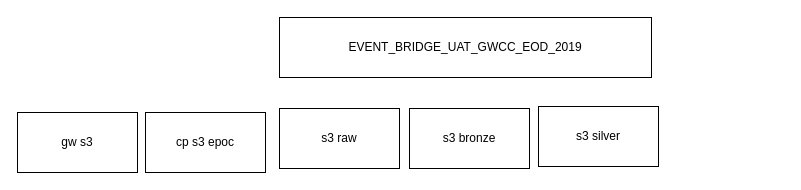
The draw.io diagram 1.drawio in rkantapanda10/Personal, before the edit. Source tidied: cells renumbered, new cells numbered last; positions are measured from the earlier drawing's top-left corner, leaving out a move shared by most shapes. Both pictures are drawn from the tidied source at 100%, with x=0, y=0 at pixel (17, 17).
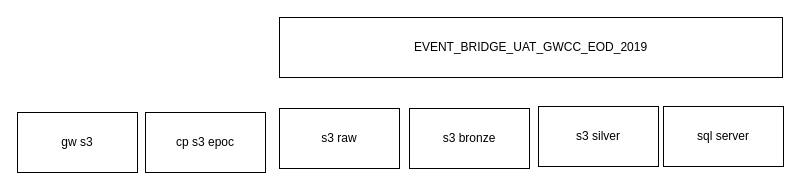
The same diagram, later.

Diff of the diagram source:
```diff
@@
 <mxGraphModel>
   <root>
     <mxCell id="0" />
     <mxCell id="1" parent="0" />
     <mxCell id="2" value="cp s3 epoc" style="rounded=0;whiteSpace=wrap;html=1;" parent="1" vertex="1">
       <mxGeometry x="128" y="95" width="120" height="60" as="geometry" />
     </mxCell>
     <mxCell id="3" value="s3 raw" style="rounded=0;whiteSpace=wrap;html=1;" parent="1" vertex="1">
       <mxGeometry x="262" y="91" width="120" height="60" as="geometry" />
     </mxCell>
     <mxCell id="4" value="gw s3" style="rounded=0;whiteSpace=wrap;html=1;" parent="1" vertex="1">
       <mxGeometry y="95" width="120" height="60" as="geometry" />
     </mxCell>
     <mxCell id="5" value="EVENT_BRIDGE_UAT_GWCC_EOD_2019" style="rounded=0;whiteSpace=wrap;html=1;" parent="1" vertex="1">
-      <mxGeometry x="262" width="372" height="60" as="geometry" />
+      <mxGeometry x="262" width="503" height="60" as="geometry" />
     </mxCell>
     <mxCell id="6" value="s3 bronze" style="rounded=0;whiteSpace=wrap;html=1;" parent="1" vertex="1">
       <mxGeometry x="392" y="91" width="120" height="60" as="geometry" />
     </mxCell>
     <mxCell id="7" value="s3 silver" style="rounded=0;whiteSpace=wrap;html=1;" parent="1" vertex="1">
       <mxGeometry x="521" y="89" width="120" height="60" as="geometry" />
     </mxCell>
+    <mxCell id="8" value="sql server" style="rounded=0;whiteSpace=wrap;html=1;" parent="1" vertex="1">
+      <mxGeometry x="646" y="89" width="120" height="60" as="geometry" />
+    </mxCell>
   </root>
 </mxGraphModel>
```
